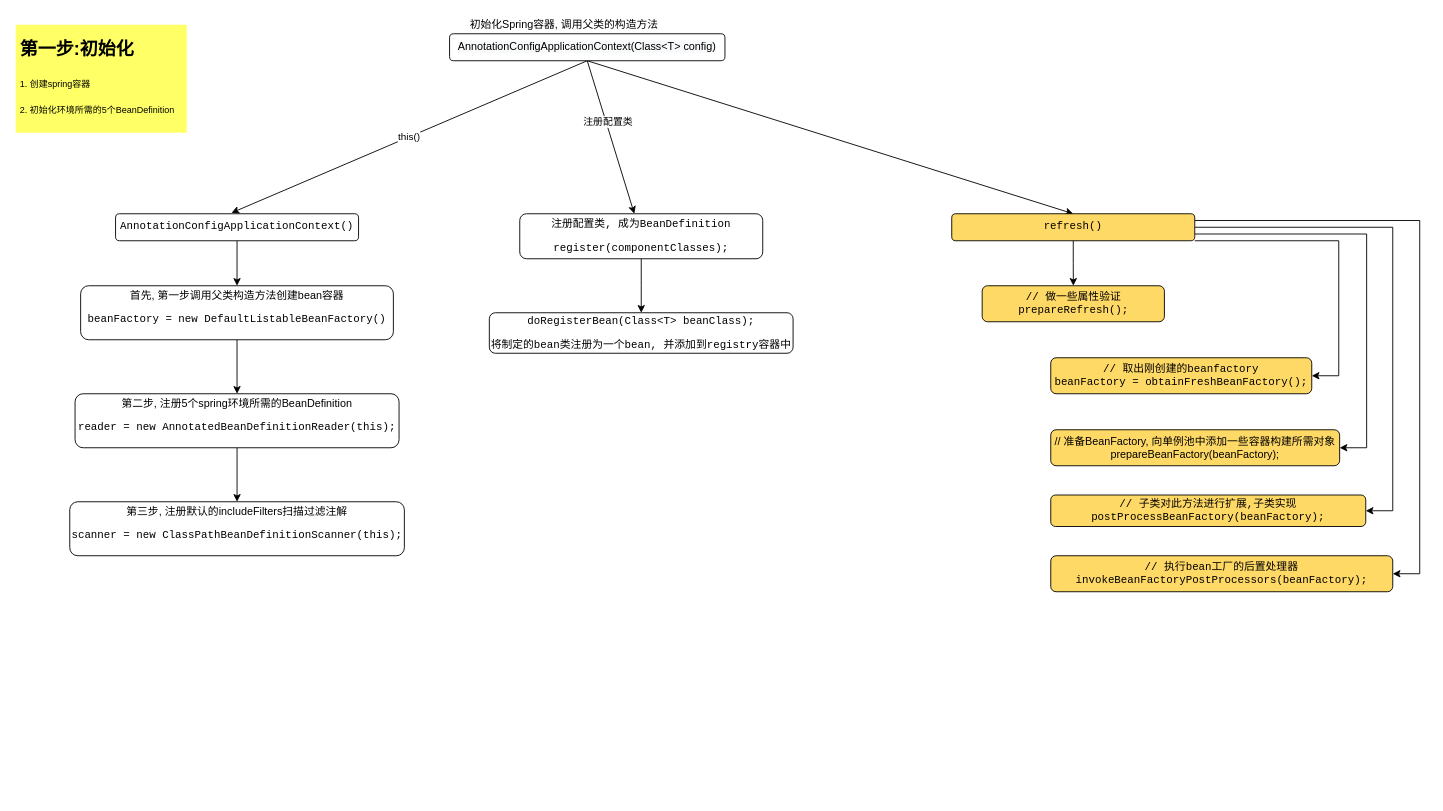
Above: runninpanda/framework/spring/Spring.drawio in naccoit/drawio (draw.io), before the change. Source tidied: cells renumbered, new cells numbered last; positions are measured from the earlier drawing's top-left corner, leaving out a move shared by most shapes. Both pictures are drawn from the tidied source at 90%, with x=0, y=0 at pixel (15, 15).
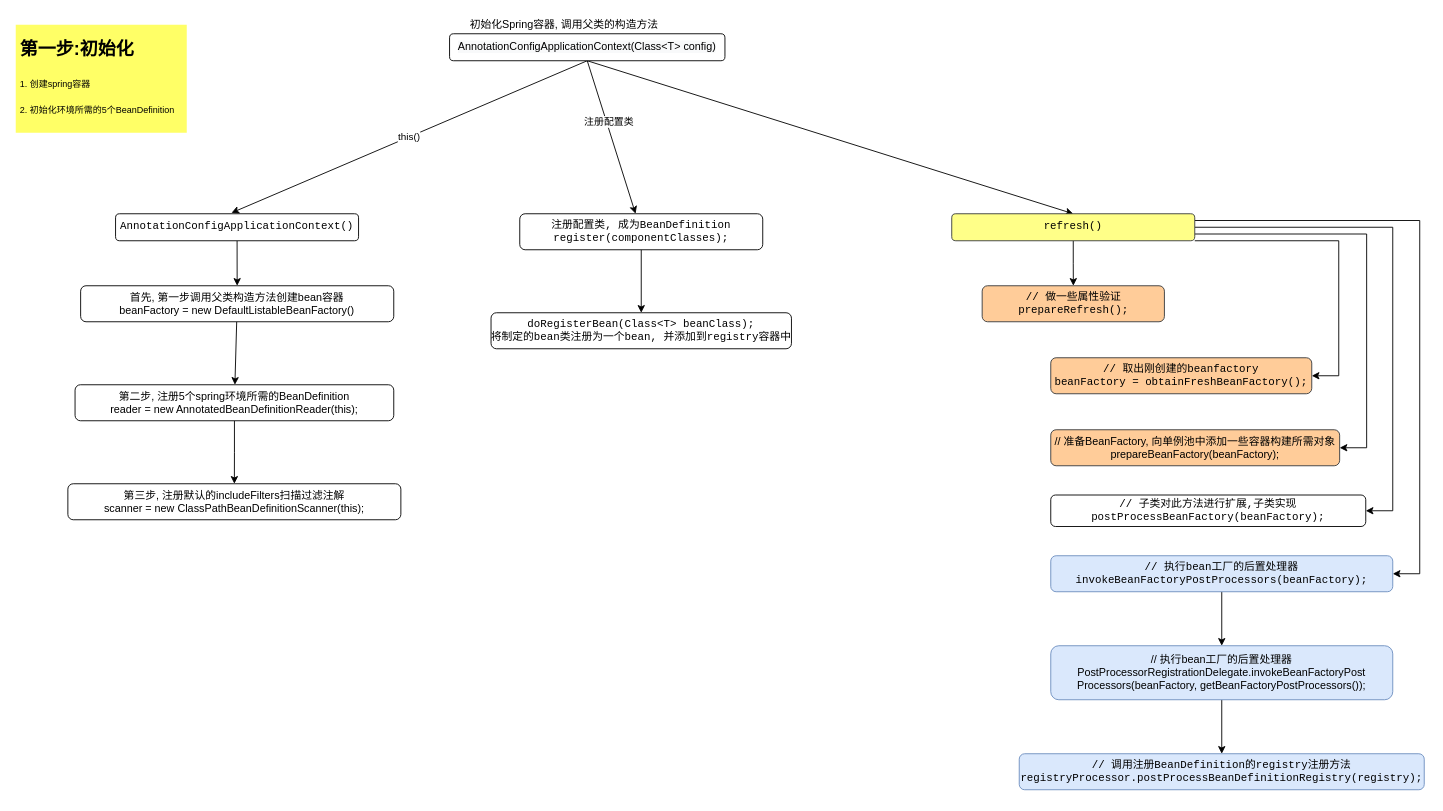
The same diagram, later.

What changed in the source:
```diff
@@
-    <mxCell id="12" value="&lt;pre&gt;&lt;pre&gt;&lt;pre&gt;注册配置类, 成为BeanDefinition&lt;/pre&gt;&lt;pre&gt;register(componentClasses);&lt;/pre&gt;&lt;/pre&gt;&lt;/pre&gt;" style="rounded=1;whiteSpace=wrap;html=1;labelBackgroundColor=none;fillColor=#FFFFFF;" parent="1" vertex="1">
-      <mxGeometry x="560" y="220" width="270" height="50" as="geometry" />
+    <mxCell id="12" value="&lt;pre&gt;&lt;pre&gt;&lt;pre&gt;注册配置类, 成为BeanDefinition&lt;br/&gt;register(componentClasses);&lt;br&gt;&lt;/pre&gt;&lt;/pre&gt;&lt;/pre&gt;" style="rounded=1;whiteSpace=wrap;html=1;labelBackgroundColor=none;fillColor=#FFFFFF;" parent="1" vertex="1">
+      <mxGeometry x="560" y="220" width="270" height="40" as="geometry" />
     </mxCell>
@@
-    <mxCell id="18" value="&lt;pre&gt;&lt;pre&gt;&lt;pre&gt;&lt;pre&gt;refresh()&lt;/pre&gt;&lt;/pre&gt;&lt;/pre&gt;&lt;/pre&gt;" style="rounded=1;whiteSpace=wrap;html=1;labelBackgroundColor=none;fillColor=#FFD966;" parent="1" vertex="1">
+    <mxCell id="18" value="&lt;pre&gt;&lt;pre&gt;&lt;pre&gt;&lt;pre&gt;refresh()&lt;/pre&gt;&lt;/pre&gt;&lt;/pre&gt;&lt;/pre&gt;" style="rounded=1;whiteSpace=wrap;html=1;labelBackgroundColor=none;fillColor=#ffff88;strokeColor=#36393d;" parent="1" vertex="1">
       <mxGeometry x="1040" y="220" width="270" height="30" as="geometry" />
     </mxCell>
@@
-    <mxCell id="20" value="首先, 第一步调用父类构造方法创建bean容器&lt;br&gt;&lt;pre&gt;beanFactory = new DefaultListableBeanFactory()&lt;/pre&gt;" style="whiteSpace=wrap;html=1;rounded=1;fillColor=#FFFFFF;" parent="1" vertex="1">
-      <mxGeometry x="72.1" y="300" width="347.5" height="60" as="geometry" />
+    <mxCell id="20" value="&lt;div&gt;首先, 第一步调用父类构造方法创建bean容器&lt;/div&gt;&lt;div&gt;beanFactory = new DefaultListableBeanFactory()&lt;/div&gt;" style="whiteSpace=wrap;html=1;rounded=1;fillColor=#FFFFFF;" parent="1" vertex="1">
+      <mxGeometry x="72.1" y="300" width="347.9" height="40" as="geometry" />
     </mxCell>
@@
-    <mxCell id="22" value="第二步, 注册5个spring环境所需的BeanDefinition&lt;br&gt;&lt;pre&gt;reader = new AnnotatedBeanDefinitionReader(this);&lt;/pre&gt;" style="whiteSpace=wrap;html=1;rounded=1;fillColor=#FFFFFF;" parent="1" vertex="1">
-      <mxGeometry x="65.9" y="420" width="360" height="60" as="geometry" />
+    <mxCell id="22" value="&lt;div&gt;第二步, 注册5个spring环境所需的BeanDefinition&lt;/div&gt;&lt;div&gt;reader = new AnnotatedBeanDefinitionReader(this);&lt;/div&gt;" style="whiteSpace=wrap;html=1;rounded=1;fillColor=#FFFFFF;" parent="1" vertex="1">
+      <mxGeometry x="65.9" y="410" width="354.1" height="40" as="geometry" />
     </mxCell>
-    <mxCell id="23" value="第三步, 注册默认的&lt;span&gt;includeFilters&lt;/span&gt;&lt;span&gt;扫描过滤注解&lt;/span&gt;&lt;br&gt;&lt;pre&gt;&lt;pre&gt;scanner = new ClassPathBeanDefinitionScanner(this);&lt;/pre&gt;&lt;/pre&gt;" style="whiteSpace=wrap;html=1;rounded=1;fillColor=#FFFFFF;" parent="1" vertex="1">
-      <mxGeometry x="60" y="540" width="371.8" height="60" as="geometry" />
+    <mxCell id="23" value="&lt;div&gt;第三步, 注册默认的includeFilters扫描过滤注解&lt;/div&gt;&lt;div&gt;scanner = new ClassPathBeanDefinitionScanner(this);&lt;/div&gt;" style="whiteSpace=wrap;html=1;rounded=1;fillColor=#FFFFFF;" parent="1" vertex="1">
+      <mxGeometry x="57.9" y="520" width="370" height="40" as="geometry" />
     </mxCell>
-    <mxCell id="24" value="&lt;pre&gt;doRegisterBean(Class&amp;lt;T&amp;gt; beanClass);&lt;/pre&gt;&lt;pre&gt;将制定的bean类注册为一个bean, 并添加到registry容器中&lt;br&gt;&lt;/pre&gt;" style="whiteSpace=wrap;html=1;rounded=1;fillColor=#FFFFFF;" parent="1" vertex="1">
-      <mxGeometry x="526.2" y="330" width="337.5" height="45" as="geometry" />
+    <mxCell id="24" value="&lt;pre&gt;doRegisterBean(Class&amp;lt;T&amp;gt; beanClass);&lt;br/&gt;将制定的bean类注册为一个bean, 并添加到registry容器中&lt;br&gt;&lt;/pre&gt;" style="whiteSpace=wrap;html=1;rounded=1;fillColor=#FFFFFF;" parent="1" vertex="1">
+      <mxGeometry x="528.1" y="330" width="333.8" height="40" as="geometry" />
     </mxCell>
-    <mxCell id="25" value="&lt;pre&gt;// 做一些属性验证&lt;br/&gt;prepareRefresh();&lt;br&gt;&lt;/pre&gt;" style="whiteSpace=wrap;html=1;rounded=1;fillColor=#FFD966;" parent="1" vertex="1">
+    <mxCell id="25" value="&lt;pre&gt;// 做一些属性验证&lt;br/&gt;prepareRefresh();&lt;br&gt;&lt;/pre&gt;" style="whiteSpace=wrap;html=1;rounded=1;fillColor=#ffcc99;strokeColor=#36393d;" parent="1" vertex="1">
       <mxGeometry x="1073.8" y="300" width="202.5" height="40" as="geometry" />
     </mxCell>
-    <mxCell id="26" value="&lt;pre&gt;// 取出刚创建的beanfactory&lt;br/&gt;beanFactory = obtainFreshBeanFactory();&lt;/pre&gt;" style="whiteSpace=wrap;html=1;rounded=1;fillColor=#FFD966;" parent="1" vertex="1">
+    <mxCell id="26" value="&lt;pre&gt;// 取出刚创建的beanfactory&lt;br/&gt;beanFactory = obtainFreshBeanFactory();&lt;/pre&gt;" style="whiteSpace=wrap;html=1;rounded=1;fillColor=#ffcc99;strokeColor=#36393d;" parent="1" vertex="1">
       <mxGeometry x="1150" y="380" width="290" height="40" as="geometry" />
     </mxCell>
-    <mxCell id="27" value="// 准备BeanFactory, 向单例池中添加一些容器构建所需对象&#10;prepareBeanFactory(beanFactory);" style="whiteSpace=wrap;html=1;rounded=1;fillColor=#FFD966;gradientDirection=south;" parent="1" vertex="1">
+    <mxCell id="27" value="// 准备BeanFactory, 向单例池中添加一些容器构建所需对象&#10;prepareBeanFactory(beanFactory);" style="whiteSpace=wrap;html=1;rounded=1;fillColor=#ffcc99;gradientDirection=south;strokeColor=#36393d;" parent="1" vertex="1">
       <mxGeometry x="1150" y="460" width="321" height="40" as="geometry" />
     </mxCell>
@@
-    <mxCell id="29" value="&lt;pre&gt;&lt;pre&gt;&lt;pre&gt;// 子类对此方法进行扩展,子类实现&lt;br&gt;postProcessBeanFactory(beanFactory);&lt;/pre&gt;&lt;/pre&gt;&lt;/pre&gt;" style="whiteSpace=wrap;html=1;rounded=1;fillColor=#FFD966;gradientDirection=south;" parent="1" vertex="1">
+    <mxCell id="29" value="&lt;pre&gt;&lt;pre&gt;&lt;pre&gt;// 子类对此方法进行扩展,子类实现&lt;br&gt;postProcessBeanFactory(beanFactory);&lt;/pre&gt;&lt;/pre&gt;&lt;/pre&gt;" style="whiteSpace=wrap;html=1;rounded=1;gradientDirection=south;" parent="1" vertex="1">
       <mxGeometry x="1150" y="532.5" width="350" height="35" as="geometry" />
     </mxCell>
+    <mxCell id="31" style="edgeStyle=orthogonalEdgeStyle;rounded=0;jettySize=auto;html=1;exitX=0.5;exitY=1;exitDx=0;exitDy=0;" parent="1" edge="1" source="30" target="33">
+      <mxGeometry relative="1" as="geometry" />
+    </mxCell>
-    <mxCell id="30" value="&lt;pre&gt;&lt;pre&gt;&lt;pre&gt;&lt;pre&gt;// 执行bean工厂的后置处理器&lt;br&gt;invokeBeanFactoryPostProcessors(beanFactory);&lt;/pre&gt;&lt;/pre&gt;&lt;/pre&gt;&lt;/pre&gt;" style="whiteSpace=wrap;html=1;rounded=1;fillColor=#FFD966;gradientDirection=south;" parent="1" vertex="1">
+    <mxCell id="30" value="&lt;pre&gt;&lt;pre&gt;&lt;pre&gt;&lt;pre&gt;// 执行bean工厂的后置处理器&lt;br&gt;invokeBeanFactoryPostProcessors(beanFactory);&lt;/pre&gt;&lt;/pre&gt;&lt;/pre&gt;&lt;/pre&gt;" style="whiteSpace=wrap;html=1;rounded=1;fillColor=#dae8fc;gradientDirection=south;strokeColor=#6c8ebf;" parent="1" vertex="1">
       <mxGeometry x="1150" y="600" width="380" height="40" as="geometry" />
     </mxCell>
+    <mxCell id="32" style="edgeStyle=orthogonalEdgeStyle;rounded=0;jettySize=auto;html=1;" parent="1" edge="1" source="33" target="34">
+      <mxGeometry relative="1" as="geometry" />
+    </mxCell>
+    <mxCell id="33" value="&lt;div&gt;// 执行bean工厂的后置处理器&lt;/div&gt;&lt;div&gt;PostProcessorRegistrationDelegate&lt;span&gt;.invokeBeanFactoryPost&lt;/span&gt;&lt;/div&gt;&lt;div&gt;&lt;span&gt;Processors(&lt;/span&gt;&lt;span&gt;beanFactory, getBeanFactoryPostProcessors());&lt;/span&gt;&lt;/div&gt;" style="whiteSpace=wrap;html=1;rounded=1;gradientDirection=south;fillColor=#dae8fc;strokeColor=#6c8ebf;" parent="1" vertex="1">
+      <mxGeometry x="1150" y="700" width="380" height="60" as="geometry" />
+    </mxCell>
+    <mxCell id="34" value="&lt;pre&gt;// 调用注册BeanDefinition的registry注册方法&lt;br&gt;registryProcessor.postProcessBeanDefinitionRegistry(registry);&lt;/pre&gt;" style="whiteSpace=wrap;html=1;rounded=1;strokeColor=#6c8ebf;fillColor=#dae8fc;gradientDirection=south;" parent="1" vertex="1">
+      <mxGeometry x="1115" y="820" width="450" height="40" as="geometry" />
+    </mxCell>
```
